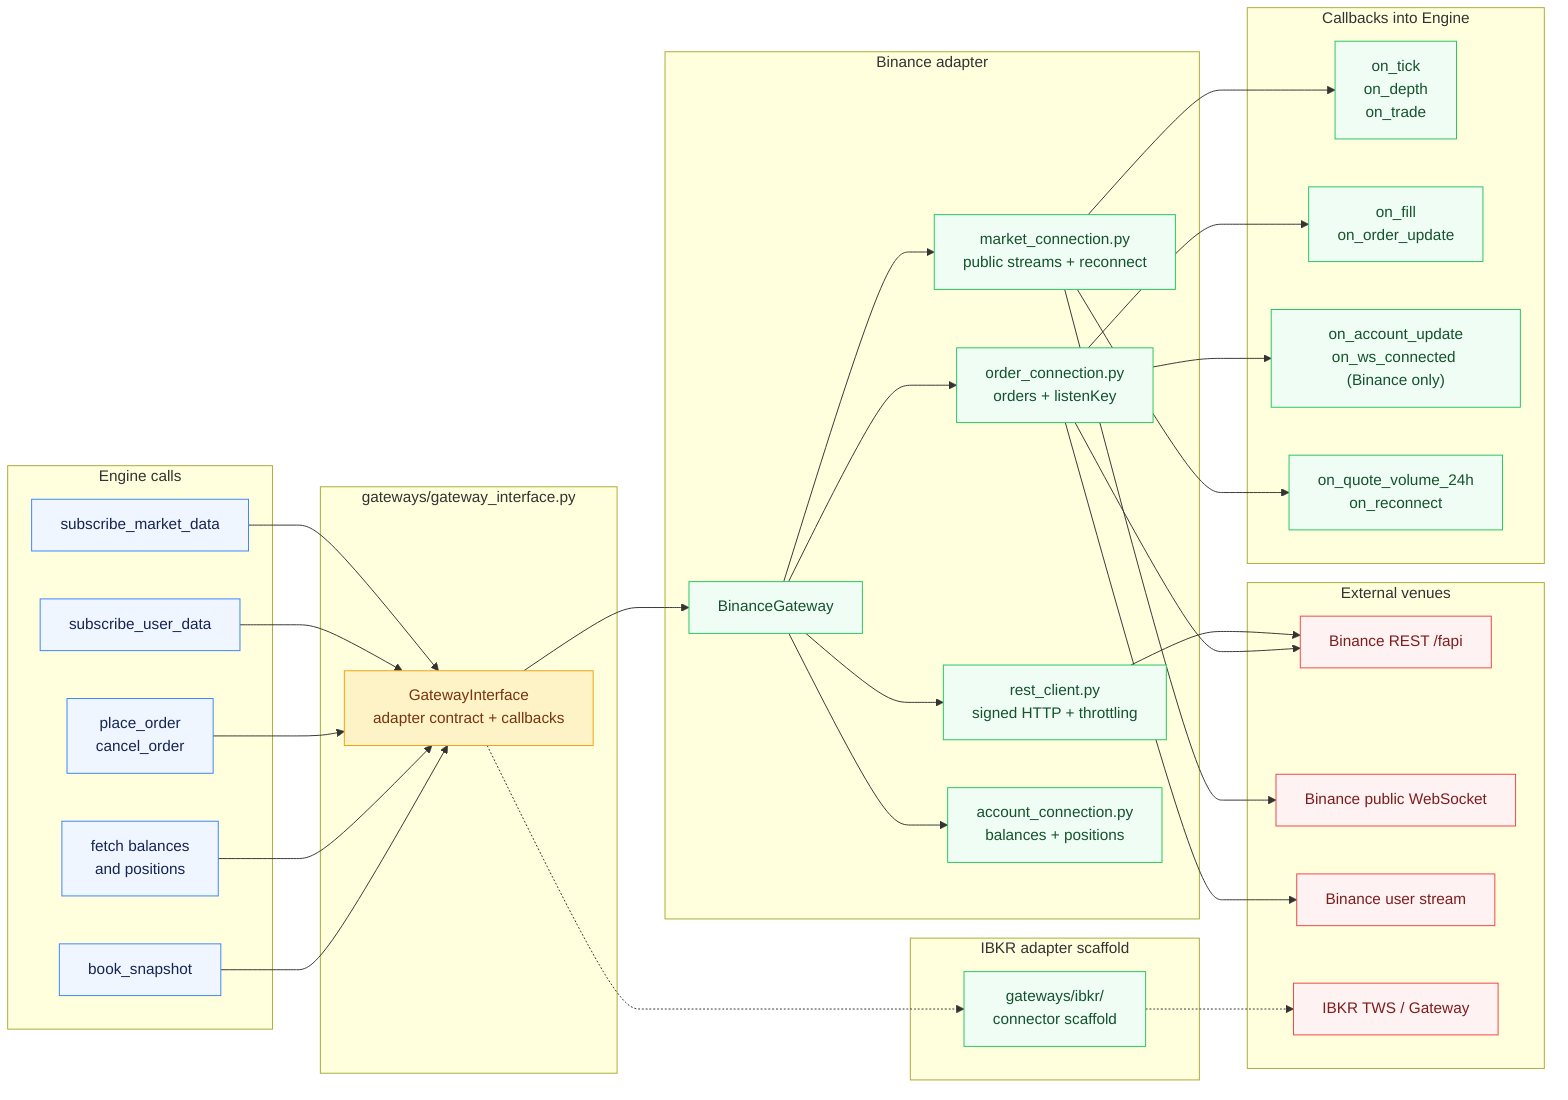
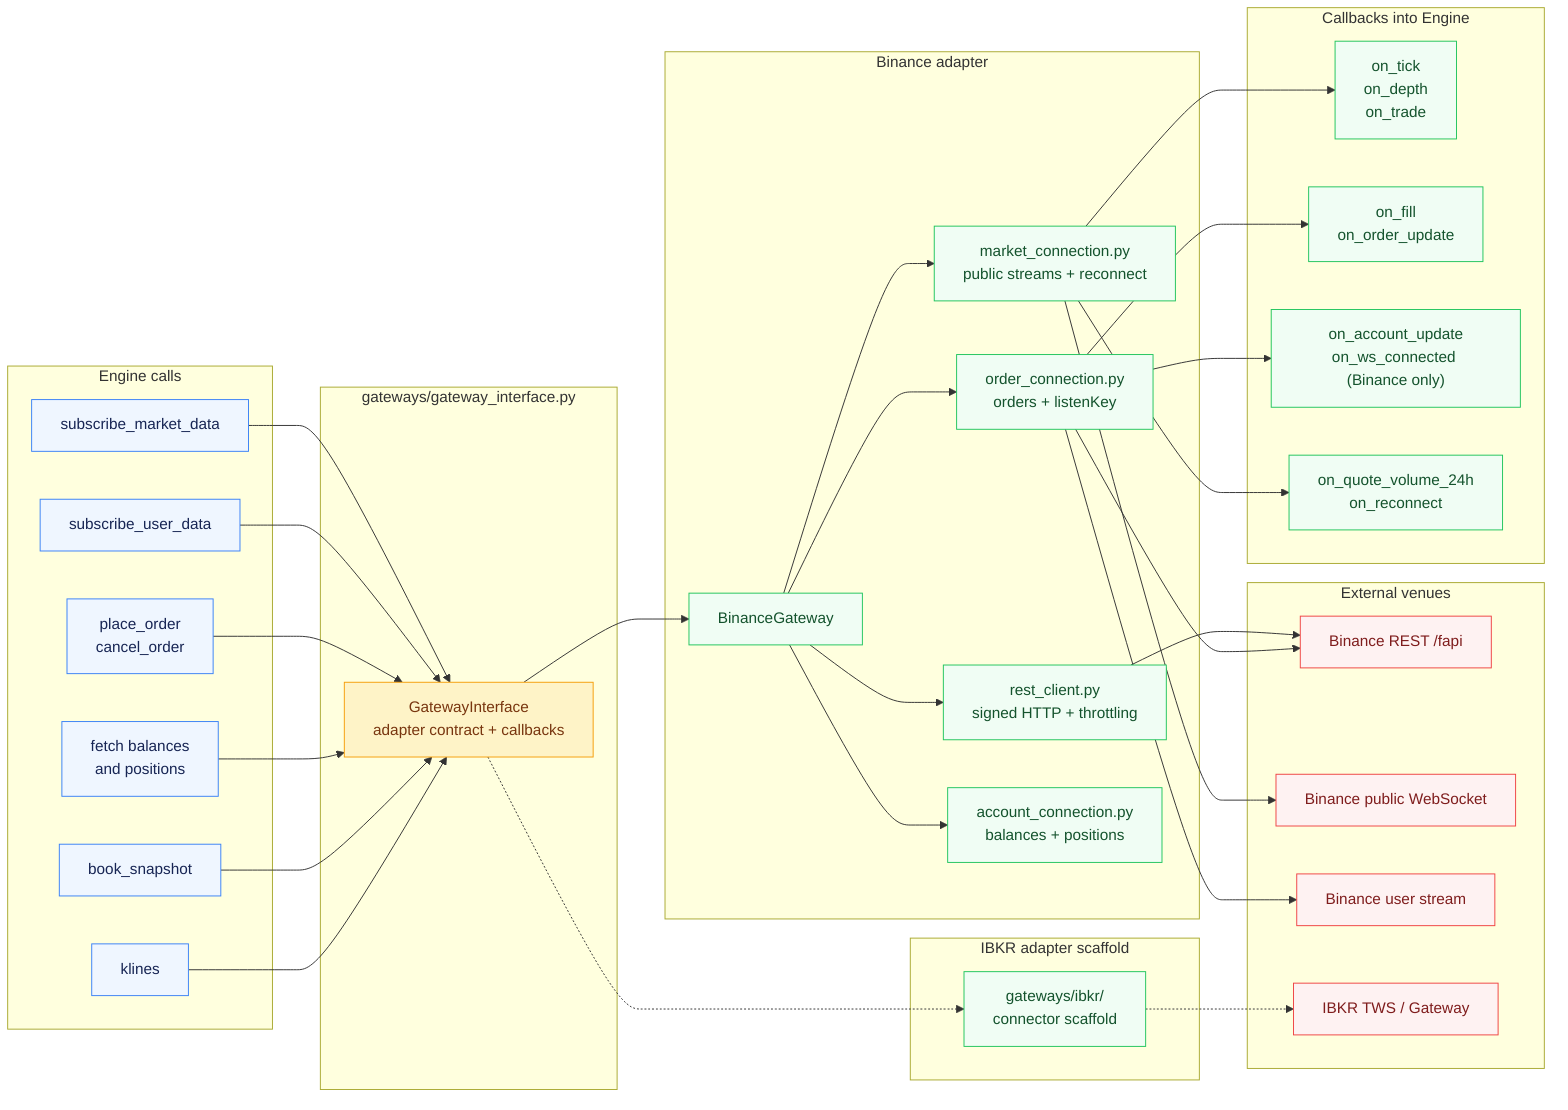
%% Gateway seam - venue-agnostic engine and exchange adapters
flowchart LR
    subgraph Engine["Engine calls"]
        MKT_SUB["subscribe_market_data"]
        USER_SUB["subscribe_user_data"]
        ORDERS["place_order<br/>cancel_order"]
        ACCOUNT["fetch balances<br/>and positions"]
        BOOK["book_snapshot"]
+         KLINES["klines"]
    end

    subgraph Interface["gateways/gateway_interface.py"]
        ABC["GatewayInterface<br/>adapter contract + callbacks"]
    end

    subgraph Binance["Binance adapter"]
        BG["BinanceGateway"]
        REST["rest_client.py<br/>signed HTTP + throttling"]
        MARKET["market_connection.py<br/>public streams + reconnect"]
        ORDER["order_connection.py<br/>orders + listenKey"]
        ACCT["account_connection.py<br/>balances + positions"]
        BG --> REST
        BG --> MARKET
        BG --> ORDER
        BG --> ACCT
    end

    subgraph IBKR["IBKR adapter scaffold"]
        IB["gateways/ibkr/<br/>connector scaffold"]
    end

    subgraph Venue["External venues"]
        BREST["Binance REST /fapi"]
        BWS["Binance public WebSocket"]
        BUSR["Binance user stream"]
        TWS["IBKR TWS / Gateway"]
    end

    MKT_SUB --> ABC
    USER_SUB --> ABC
    ORDERS --> ABC
    ACCOUNT --> ABC
    BOOK --> ABC
+     KLINES --> ABC

    ABC --> BG
    ABC -.-> IB
    REST --> BREST
    ORDER --> BREST
    MARKET --> BWS
    ORDER --> BUSR
    IB -.-> TWS

    subgraph Callbacks["Callbacks into Engine"]
        MARKET_CB["on_tick<br/>on_depth<br/>on_trade"]
        ORDER_CB["on_fill<br/>on_order_update"]
        ACCOUNT_CB["on_account_update<br/>on_ws_connected (Binance only)"]
        META_CB["on_quote_volume_24h<br/>on_reconnect"]
    end

    MARKET --> MARKET_CB
    ORDER --> ORDER_CB
    ORDER --> ACCOUNT_CB
    MARKET --> META_CB

    classDef engine fill:#eff6ff,stroke:#3b82f6,color:#172554
    classDef seam fill:#fef3c7,stroke:#f59e0b,color:#78350f
    classDef adapter fill:#f0fdf4,stroke:#22c55e,color:#14532d
    classDef venue fill:#fef2f2,stroke:#ef4444,color:#7f1d1d

-     class MKT_SUB,USER_SUB,ORDERS,ACCOUNT,BOOK engine
+     class MKT_SUB,USER_SUB,ORDERS,ACCOUNT,BOOK,KLINES engine
    class ABC seam
    class BG,REST,MARKET,ORDER,ACCT,IB,MARKET_CB,ORDER_CB,ACCOUNT_CB,META_CB adapter
    class BREST,BWS,BUSR,TWS venue
